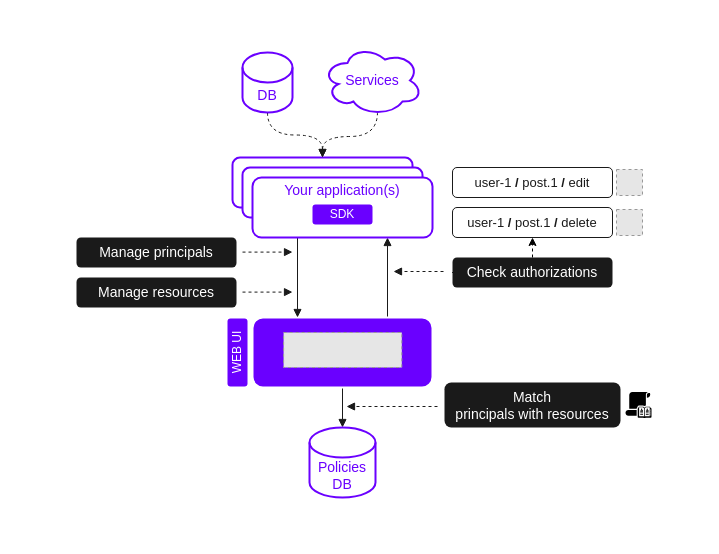
Earlier version of the draw.io diagram docs/architecture/howitworks.drawio (eko/authz). Source tidied: cells renumbered, new cells numbered last; positions are measured from the earlier drawing's top-left corner, leaving out a move shared by most shapes. Both pictures are drawn from the tidied source at 100%, with x=0, y=0 at pixel (17, 17). Pictures stored in the file or linked from it are replaced by grey dashed boxes.
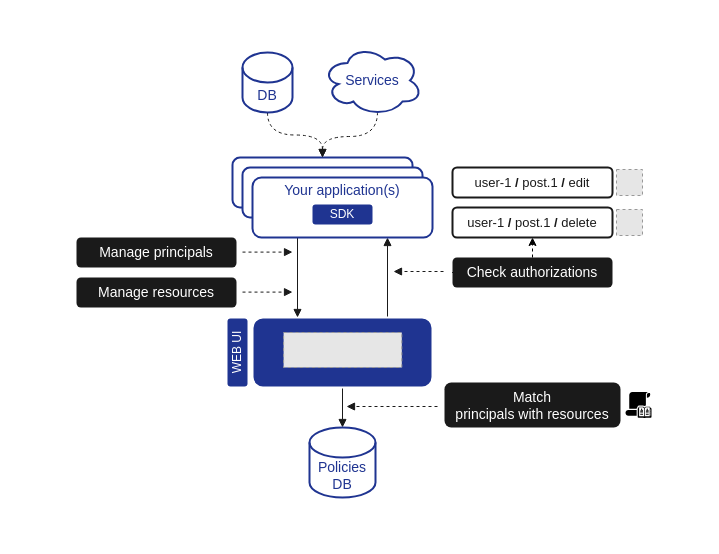
The same page after the edit.

The edit, as a diff of the source:
```diff
@@
-    <mxCell id="5" style="rounded=1;whiteSpace=wrap;html=1;fillColor=#6A00FF;fontColor=#ffffff;strokeColor=#FFFFFF;strokeWidth=2;" parent="1" vertex="1">
+    <mxCell id="5" style="rounded=1;whiteSpace=wrap;html=1;fillColor=#1F3491;fontColor=#ffffff;strokeColor=#FFFFFF;strokeWidth=2;" parent="1" vertex="1">
       <mxGeometry x="235" y="300" width="180" height="70" as="geometry" />
     </mxCell>
@@
-    <mxCell id="7" style="rounded=1;whiteSpace=wrap;html=1;fillColor=#FFFFFF;fontColor=#ffffff;strokeColor=#6a00ff;strokeWidth=2;" parent="1" vertex="1">
+    <mxCell id="7" style="rounded=1;whiteSpace=wrap;html=1;fillColor=#FFFFFF;fontColor=#ffffff;strokeColor=#1F3491;strokeWidth=2;" parent="1" vertex="1">
       <mxGeometry x="215" y="140" width="180" height="50" as="geometry" />
     </mxCell>
-    <mxCell id="8" style="rounded=1;whiteSpace=wrap;html=1;fillColor=#FFFFFF;fontColor=#ffffff;strokeColor=#6a00ff;strokeWidth=2;" parent="1" vertex="1">
+    <mxCell id="8" style="rounded=1;whiteSpace=wrap;html=1;fillColor=#FFFFFF;fontColor=#ffffff;strokeColor=#1F3491;strokeWidth=2;" parent="1" vertex="1">
       <mxGeometry x="225" y="150" width="180" height="50" as="geometry" />
     </mxCell>
@@
-    <mxCell id="10" value="&lt;font color=&quot;#6a00ff&quot; style=&quot;font-size: 14px;&quot;&gt;Your application(s)&lt;br&gt;&lt;br&gt;&lt;br&gt;&lt;/font&gt;" style="rounded=1;whiteSpace=wrap;html=1;fillColor=#FFFFFF;fontColor=#ffffff;strokeColor=#6a00ff;strokeWidth=2;" parent="1" vertex="1">
+    <mxCell id="10" value="&lt;font style=&quot;font-size: 14px;&quot;&gt;&lt;font color=&quot;#1f3491&quot;&gt;Your application(s)&lt;br&gt;&lt;br&gt;&lt;/font&gt;&lt;br&gt;&lt;/font&gt;" style="rounded=1;whiteSpace=wrap;html=1;fillColor=#FFFFFF;fontColor=#ffffff;strokeColor=#1F3491;strokeWidth=2;" parent="1" vertex="1">
       <mxGeometry x="235" y="160" width="180" height="60" as="geometry" />
     </mxCell>
-    <mxCell id="11" value="SDK" style="rounded=1;whiteSpace=wrap;html=1;fillColor=#6A00FF;fontColor=#ffffff;strokeColor=none;strokeWidth=2;" parent="1" vertex="1">
+    <mxCell id="11" value="SDK" style="rounded=1;whiteSpace=wrap;html=1;fillColor=#1F3491;fontColor=#ffffff;strokeColor=none;strokeWidth=2;" parent="1" vertex="1">
       <mxGeometry x="295" y="187" width="60" height="20" as="geometry" />
     </mxCell>
@@
-    <mxCell id="13" value="DB" style="shape=cylinder3;whiteSpace=wrap;html=1;boundedLbl=1;backgroundOutline=1;size=15;strokeColor=#6A00FF;strokeWidth=2;fontSize=14;fontColor=#6A00FF;fillColor=default;" parent="1" vertex="1">
+    <mxCell id="13" value="&lt;font color=&quot;#1f3491&quot;&gt;DB&lt;/font&gt;" style="shape=cylinder3;whiteSpace=wrap;html=1;boundedLbl=1;backgroundOutline=1;size=15;strokeColor=#1F3491;strokeWidth=2;fontSize=14;fontColor=#6A00FF;fillColor=default;" parent="1" vertex="1">
       <mxGeometry x="225" y="35" width="50" height="60" as="geometry" />
     </mxCell>
@@
-    <mxCell id="15" value="Services" style="ellipse;shape=cloud;whiteSpace=wrap;html=1;strokeColor=#6A00FF;strokeWidth=2;fontSize=14;fontColor=#6A00FF;fillColor=default;" parent="1" vertex="1">
+    <mxCell id="15" value="&lt;font color=&quot;#1f3491&quot;&gt;Services&lt;/font&gt;" style="ellipse;shape=cloud;whiteSpace=wrap;html=1;strokeColor=#1F3491;strokeWidth=2;fontSize=14;fontColor=#6A00FF;fillColor=default;" parent="1" vertex="1">
       <mxGeometry x="305" y="28" width="100" height="70" as="geometry" />
     </mxCell>
@@
-    <mxCell id="18" value="Policies&lt;br&gt;DB" style="shape=cylinder3;whiteSpace=wrap;html=1;boundedLbl=1;backgroundOutline=1;size=15;strokeColor=#6A00FF;strokeWidth=2;fontSize=14;fontColor=#6A00FF;fillColor=default;" parent="1" vertex="1">
+    <mxCell id="18" value="&lt;font color=&quot;#1f3491&quot;&gt;Policies&lt;br&gt;DB&lt;/font&gt;" style="shape=cylinder3;whiteSpace=wrap;html=1;boundedLbl=1;backgroundOutline=1;size=15;strokeColor=#1F3491;strokeWidth=2;fontSize=14;fontColor=#6A00FF;fillColor=default;" parent="1" vertex="1">
       <mxGeometry x="292" y="410" width="66" height="70" as="geometry" />
     </mxCell>
@@
-    <mxCell id="25" value="&lt;font style=&quot;font-size: 13px;&quot; color=&quot;#1a1a1a&quot;&gt;user-1 &lt;b&gt;/&lt;/b&gt; post.1 &lt;b&gt;/&lt;/b&gt; delete&lt;br&gt;&lt;/font&gt;" style="whiteSpace=wrap;html=1;fontSize=14;fillColor=#FFFFFF;strokeColor=#1A1A1A;fontColor=#FFFFFF;rounded=1;strokeWidth=1;" parent="1" vertex="1">
+    <mxCell id="25" value="&lt;font style=&quot;font-size: 13px;&quot; color=&quot;#1a1a1a&quot;&gt;user-1 &lt;b&gt;/&lt;/b&gt; post.1 &lt;b&gt;/&lt;/b&gt; delete&lt;br&gt;&lt;/font&gt;" style="whiteSpace=wrap;html=1;fontSize=14;fillColor=#FFFFFF;strokeColor=#1A1A1A;fontColor=#FFFFFF;rounded=1;strokeWidth=2;" parent="1" vertex="1">
       <mxGeometry x="435" y="190" width="160" height="30" as="geometry" />
     </mxCell>
@@
-    <mxCell id="30" value="&lt;font style=&quot;font-size: 13px;&quot; color=&quot;#1a1a1a&quot;&gt;user-1 &lt;b&gt;/&lt;/b&gt; post.1 &lt;b&gt;/&lt;/b&gt; edit&lt;br&gt;&lt;/font&gt;" style="whiteSpace=wrap;html=1;fontSize=14;fillColor=#FFFFFF;strokeColor=#1A1A1A;fontColor=#FFFFFF;rounded=1;strokeWidth=1;" parent="1" vertex="1">
+    <mxCell id="30" value="&lt;font style=&quot;font-size: 13px;&quot; color=&quot;#1a1a1a&quot;&gt;user-1 &lt;b&gt;/&lt;/b&gt; post.1 &lt;b&gt;/&lt;/b&gt; edit&lt;br&gt;&lt;/font&gt;" style="whiteSpace=wrap;html=1;fontSize=14;fillColor=#FFFFFF;strokeColor=#1A1A1A;fontColor=#FFFFFF;rounded=1;strokeWidth=2;" parent="1" vertex="1">
       <mxGeometry x="435" y="150" width="160" height="30" as="geometry" />
     </mxCell>
@@
-    <mxCell id="35" value="WEB UI" style="rounded=1;whiteSpace=wrap;html=1;fillColor=#6A00FF;fontColor=#ffffff;strokeColor=none;strokeWidth=2;rotation=-90;" parent="1" vertex="1">
+    <mxCell id="35" value="WEB UI" style="rounded=1;whiteSpace=wrap;html=1;fillColor=#1F3491;fontColor=#ffffff;strokeColor=none;strokeWidth=2;rotation=-90;" parent="1" vertex="1">
       <mxGeometry x="186" y="325" width="68" height="20" as="geometry" />
     </mxCell>
```
